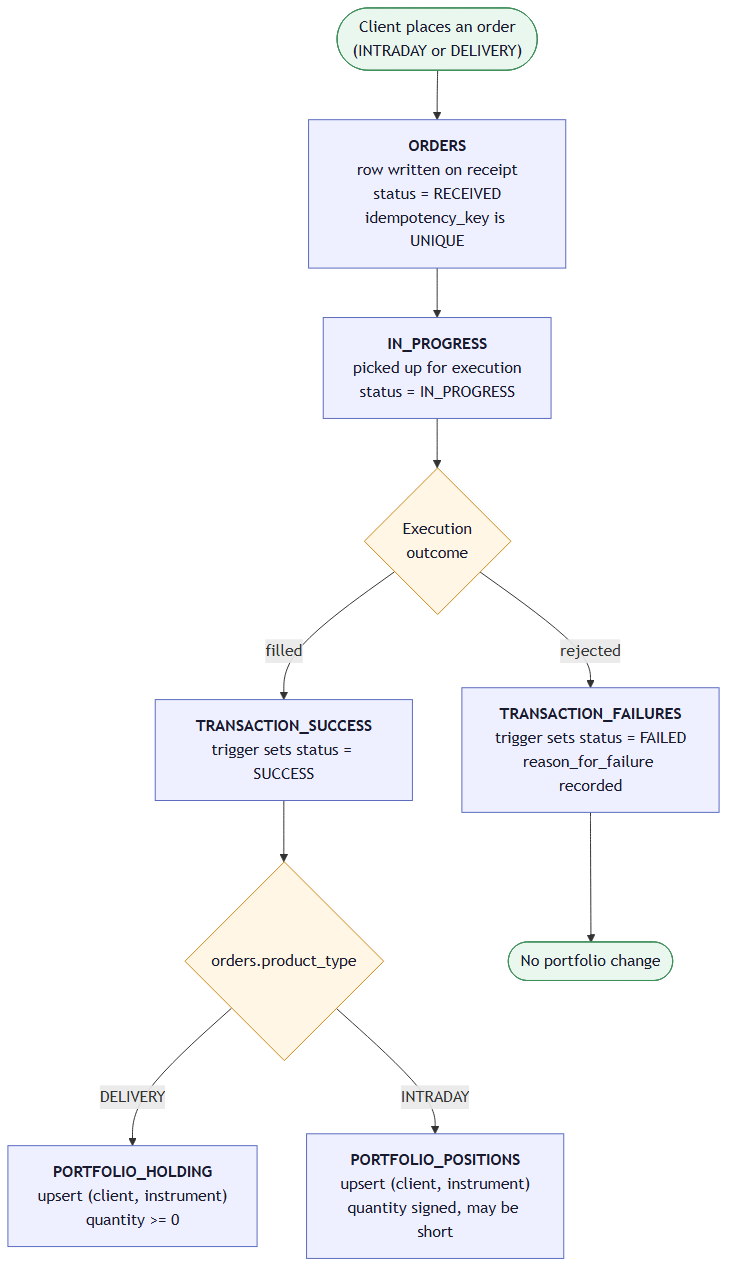
SamyukthaJ016/Chennai-capstone-SE3-Team1 keeps this Mermaid diagram as docs/order_lifecycle.png. Above is the earlier version. Its source is kept beside it as docs/order_lifecycle.mmd.
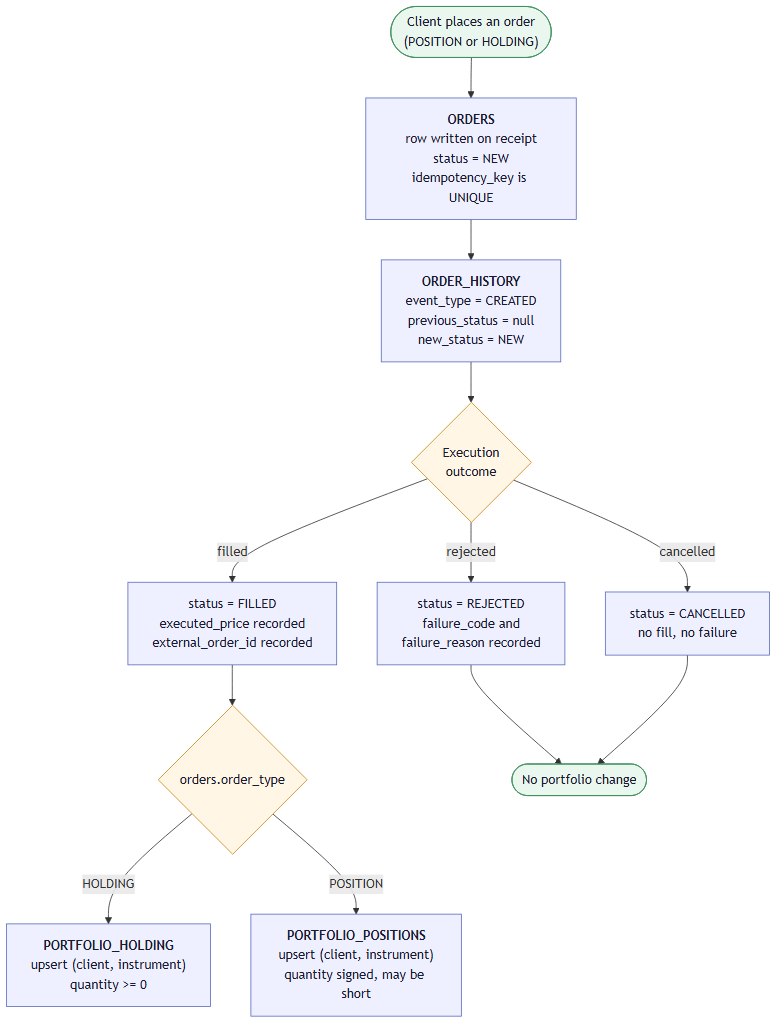
After the change.

The edit, as a diff of the source:
```diff
@@ -1,26 +1,28 @@
 flowchart TB
-    place(["Client places an order<br/>(INTRADAY or DELIVERY)"])
+    place(["Client places an order<br/>(POSITION or HOLDING)"])
 
-    place --> orders["<b>ORDERS</b><br/>row written on receipt<br/>status = RECEIVED<br/>idempotency_key is UNIQUE"]
+    place --> orders["<b>ORDERS</b><br/>row written on receipt<br/>status = NEW<br/>idempotency_key is UNIQUE"]
 
-    orders --> queue["<b>IN_PROGRESS</b><br/>picked up for execution<br/>status = IN_PROGRESS"]
+    orders --> audit["<b>ORDER_HISTORY</b><br/>event_type = CREATED<br/>previous_status = null<br/>new_status = NEW"]
 
-    queue --> outcome{"Execution<br/>outcome"}
+    audit --> outcome{"Execution<br/>outcome"}
 
-    outcome -- "filled" --> success["<b>TRANSACTION_SUCCESS</b><br/>trigger sets status = SUCCESS"]
-    outcome -- "rejected" --> failure["<b>TRANSACTION_FAILURES</b><br/>trigger sets status = FAILED<br/>reason_for_failure recorded"]
+    outcome -- "filled" --> success["status = FILLED<br/>executed_price recorded<br/>external_order_id recorded"]
+    outcome -- "rejected" --> failure["status = REJECTED<br/>failure_code and<br/>failure_reason recorded"]
+    outcome -- "cancelled" --> cancelled["status = CANCELLED<br/>no fill, no failure"]
 
-    success --> route{"orders.product_type"}
+    success --> route{"orders.order_type"}
 
-    route -- "DELIVERY" --> holding["<b>PORTFOLIO_HOLDING</b><br/>upsert (client, instrument)<br/>quantity >= 0"]
-    route -- "INTRADAY" --> positions["<b>PORTFOLIO_POSITIONS</b><br/>upsert (client, instrument)<br/>quantity signed, may be short"]
+    route -- "HOLDING" --> holding["<b>PORTFOLIO_HOLDING</b><br/>upsert (client, instrument)<br/>quantity >= 0"]
+    route -- "POSITION" --> positions["<b>PORTFOLIO_POSITIONS</b><br/>upsert (client, instrument)<br/>quantity signed, may be short"]
 
     failure --> nochange(["No portfolio change"])
+    cancelled --> nochange
 
     classDef table fill:#eef0ff,stroke:#5b6bbf,stroke-width:1px,color:#1a1a2e
     classDef decision fill:#fff6e5,stroke:#c98a1b,stroke-width:1px,color:#1a1a2e
     classDef terminal fill:#eaf7ee,stroke:#3f8f5b,stroke-width:1px,color:#1a1a2e
 
-    class orders,queue,success,failure,holding,positions table
+    class orders,audit,success,failure,cancelled,holding,positions table
     class outcome,route decision
     class place,nochange terminal
```
